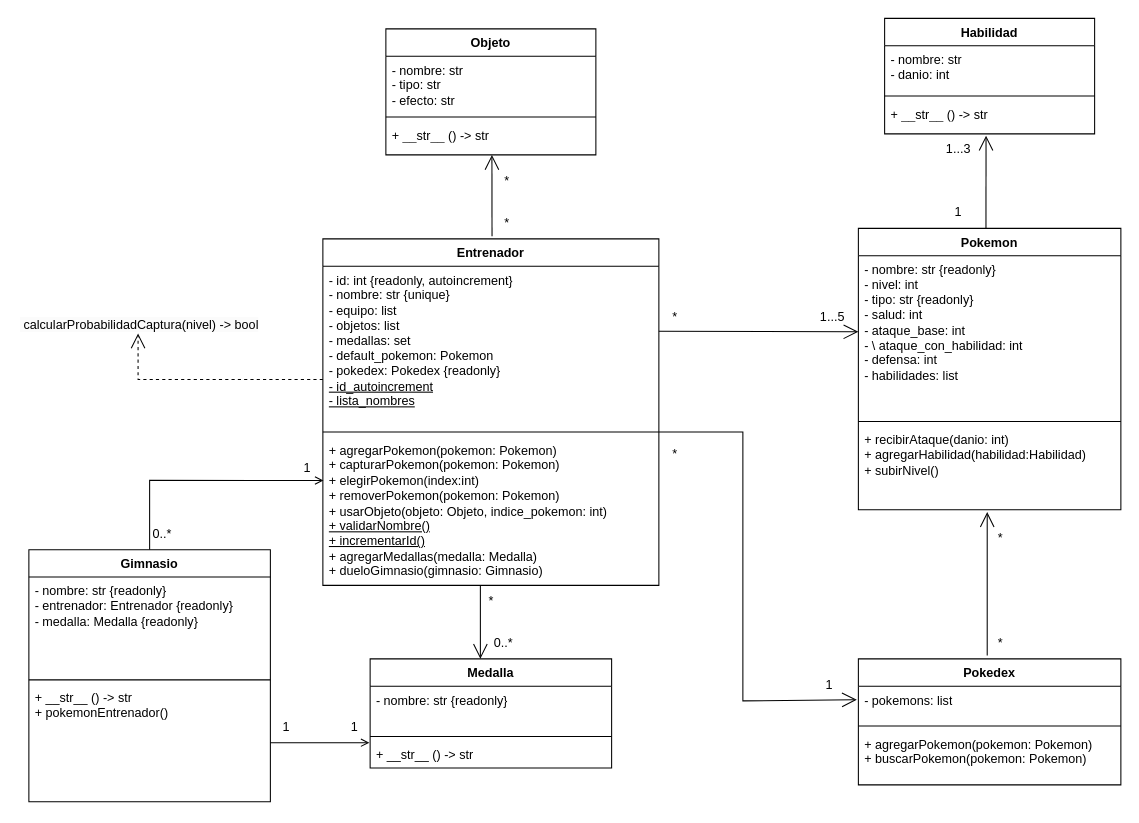
The draw.io diagram pokemon.drawio in MarucoMass/tp-integrador-P2-Massonnat-Martin-Palena, before the edit. Source tidied: cells renumbered, new cells numbered last; positions are measured from the earlier drawing's top-left corner, leaving out a move shared by most shapes. Both pictures are drawn from the tidied source at 105%, with x=0, y=0 at pixel (18, 18).
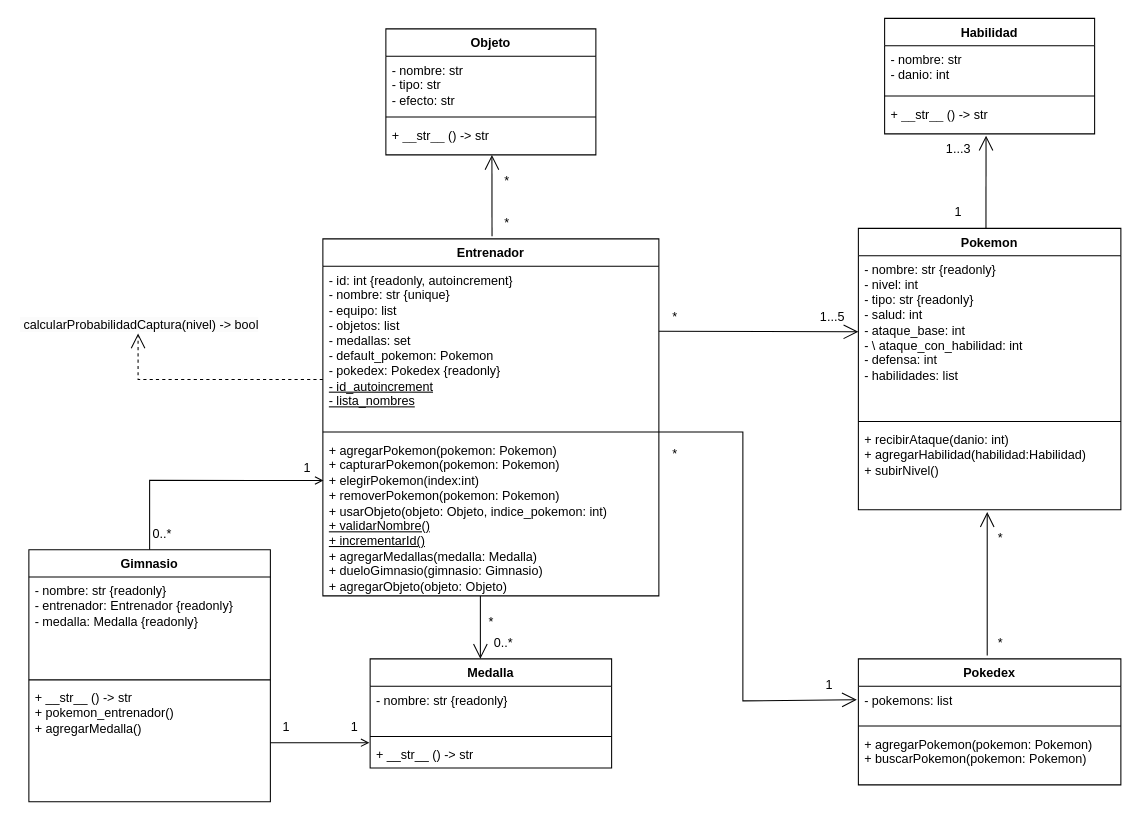
The same diagram, later.

Unchanged cells that the change refers to:
```xml
<mxCell id="47" value="Gimnasio" style="swimlane;fontStyle=1;align=center;verticalAlign=top;horizontal=1;startSize=26;whiteSpace=wrap;html=1;" parent="1" vertex="1">
  <mxGeometry x="10" y="506" width="230" height="240" as="geometry" />
</mxCell>
```

Diff of the diagram source:
```diff
@@
     <mxCell id="2" value="Entrenador" style="swimlane;fontStyle=1;align=center;verticalAlign=top;horizontal=1;startSize=26;whiteSpace=wrap;html=1;" parent="1" vertex="1">
-      <mxGeometry x="290" y="210" width="320" height="330" as="geometry" />
+      <mxGeometry x="290" y="210" width="320" height="340" as="geometry" />
     </mxCell>
@@
-    <mxCell id="5" value="+ agregarPokemon(pokemon: Pokemon)&lt;div&gt;+ capturarPokemon(pokemon: Pokemon)&lt;br&gt;&lt;div&gt;+ elegirPokemon(index:int)&lt;/div&gt;&lt;div&gt;+ removerPokemon(pokemon: Pokemon)&lt;/div&gt;&lt;div&gt;+ usarObjeto(objeto: Objeto, indice_pokemon: int)&lt;/div&gt;&lt;div&gt;&lt;u&gt;+ validarNombre()&lt;/u&gt;&lt;/div&gt;&lt;div&gt;&lt;u&gt;+ incrementarId()&lt;/u&gt;&lt;/div&gt;&lt;/div&gt;&lt;div&gt;+ agregarMedallas(medalla: Medalla)&lt;/div&gt;&lt;div&gt;+ dueloGimnasio(gimnasio: Gimnasio)&lt;/div&gt;" style="text;strokeColor=none;fillColor=none;align=left;verticalAlign=top;spacingLeft=4;spacingRight=4;overflow=hidden;whiteSpace=wrap;html=1;" parent="2" vertex="1">
-      <mxGeometry y="188" width="320" height="142" as="geometry" />
+    <mxCell id="5" value="+ agregarPokemon(pokemon: Pokemon)&lt;div&gt;+ capturarPokemon(pokemon: Pokemon)&lt;br&gt;&lt;div&gt;+ elegirPokemon(index:int)&lt;/div&gt;&lt;div&gt;+ removerPokemon(pokemon: Pokemon)&lt;/div&gt;&lt;div&gt;+ usarObjeto(objeto: Objeto, indice_pokemon: int)&lt;/div&gt;&lt;div&gt;&lt;u&gt;+ validarNombre()&lt;/u&gt;&lt;/div&gt;&lt;div&gt;&lt;u&gt;+ incrementarId()&lt;/u&gt;&lt;/div&gt;&lt;/div&gt;&lt;div&gt;+ agregarMedallas(medalla: Medalla)&lt;/div&gt;&lt;div&gt;+ dueloGimnasio(gimnasio: Gimnasio)&lt;/div&gt;&lt;div&gt;+ agregarObjeto(objeto: Objeto)&lt;/div&gt;" style="text;strokeColor=none;fillColor=none;align=left;verticalAlign=top;spacingLeft=4;spacingRight=4;overflow=hidden;whiteSpace=wrap;html=1;" parent="2" vertex="1">
+      <mxGeometry y="188" width="320" height="152" as="geometry" />
     </mxCell>
@@
     <mxCell id="33" value="*" style="text;html=1;align=center;verticalAlign=middle;strokeColor=none;fillColor=none;" parent="1" vertex="1">
-      <mxGeometry x="435" y="540" width="30" height="30" as="geometry" />
+      <mxGeometry x="435" y="560" width="30" height="30" as="geometry" />
     </mxCell>
     <mxCell id="34" style="endArrow=open;endFill=0;endSize=12;html=1;rounded=0;" parent="1" edge="1">
       <mxGeometry relative="1" as="geometry">
-        <mxPoint x="440" y="540" as="sourcePoint" />
+        <mxPoint x="440" y="550" as="sourcePoint" />
         <mxPoint x="440" y="610" as="targetPoint" />
       </mxGeometry>
     </mxCell>
@@
-    <mxCell id="50" value="+ __str__ () -&amp;gt; str&lt;br&gt;+ pokemonEntrenador()&lt;br&gt;" style="text;strokeColor=none;fillColor=none;align=left;verticalAlign=top;spacingLeft=4;spacingRight=4;overflow=hidden;points=[[0,0.5],[1,0.5]];portConstraint=eastwest;whiteSpace=wrap;html=1;" parent="47" vertex="1">
+    <mxCell id="50" value="+ __str__ () -&amp;gt; str&lt;br&gt;+ pokemon_entrenador()&lt;br&gt;+ agregarMedalla()&lt;br&gt;" style="text;strokeColor=none;fillColor=none;align=left;verticalAlign=top;spacingLeft=4;spacingRight=4;overflow=hidden;points=[[0,0.5],[1,0.5]];portConstraint=eastwest;whiteSpace=wrap;html=1;" parent="47" vertex="1">
       <mxGeometry y="128" width="230" height="112" as="geometry" />
     </mxCell>
```
